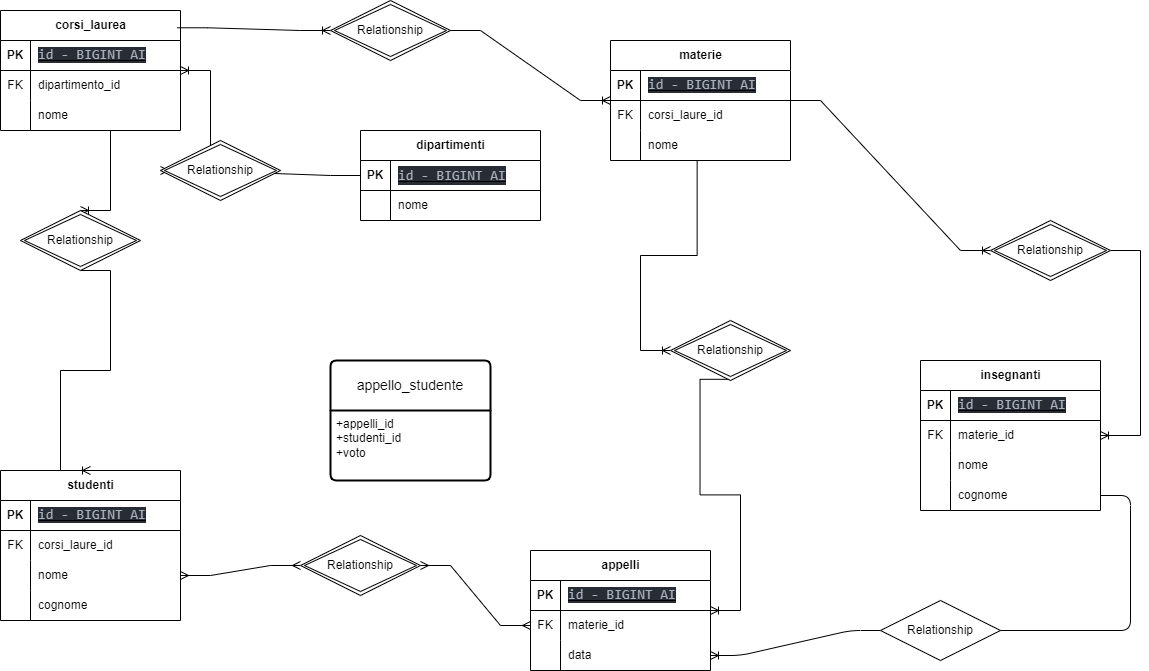
Above: schema.png in Alberto-Monaco/db-university (draw.io), before the change. Source tidied: cells renumbered, new cells last; positions are measured from the earlier drawing's top-left corner, leaving out a move shared by most shapes.
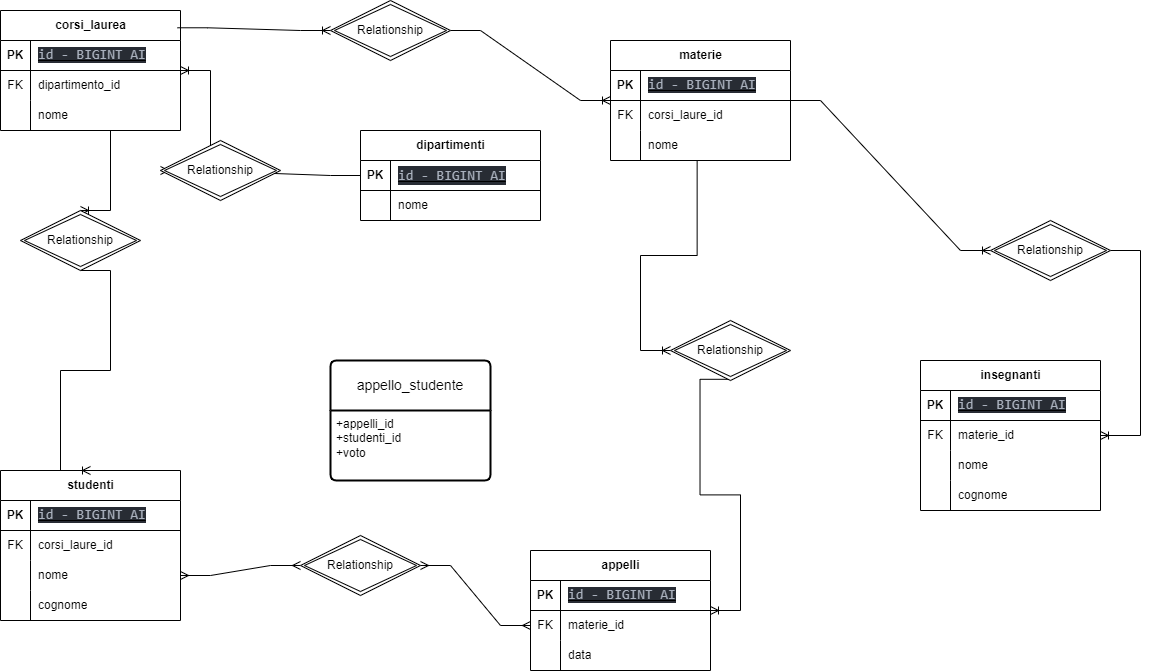
After the change.

Change to the diagram source:
```diff
@@ -277,14 +277,5 @@
     <mxCell id="84" value="Relationship" style="shape=rhombus;double=1;perimeter=rhombusPerimeter;whiteSpace=wrap;html=1;align=center;" parent="1" vertex="1">
       <mxGeometry x="440" y="595" width="120" height="60" as="geometry" />
     </mxCell>
-    <mxCell id="85" style="edgeStyle=entityRelationEdgeStyle;fontSize=12;html=1;endArrow=ERoneToMany;entryX=1;entryY=0.5;entryDx=0;entryDy=0;startArrow=none;" parent="1" edge="1" source="87" target="26">
-      <mxGeometry relative="1" as="geometry" />
-    </mxCell>
-    <mxCell id="86" style="edgeStyle=entityRelationEdgeStyle;fontSize=12;html=1;endArrow=none;entryX=1;entryY=0.5;entryDx=0;entryDy=0;" parent="1" edge="1" source="62" target="87">
-      <mxGeometry relative="1" as="geometry" />
-    </mxCell>
-    <mxCell id="87" value="Relationship" style="shape=rhombus;perimeter=rhombusPerimeter;whiteSpace=wrap;html=1;align=center;" parent="1" vertex="1">
-      <mxGeometry x="1020" y="660" width="120" height="60" as="geometry" />
-    </mxCell>
   </root>
 </mxGraphModel>
```
